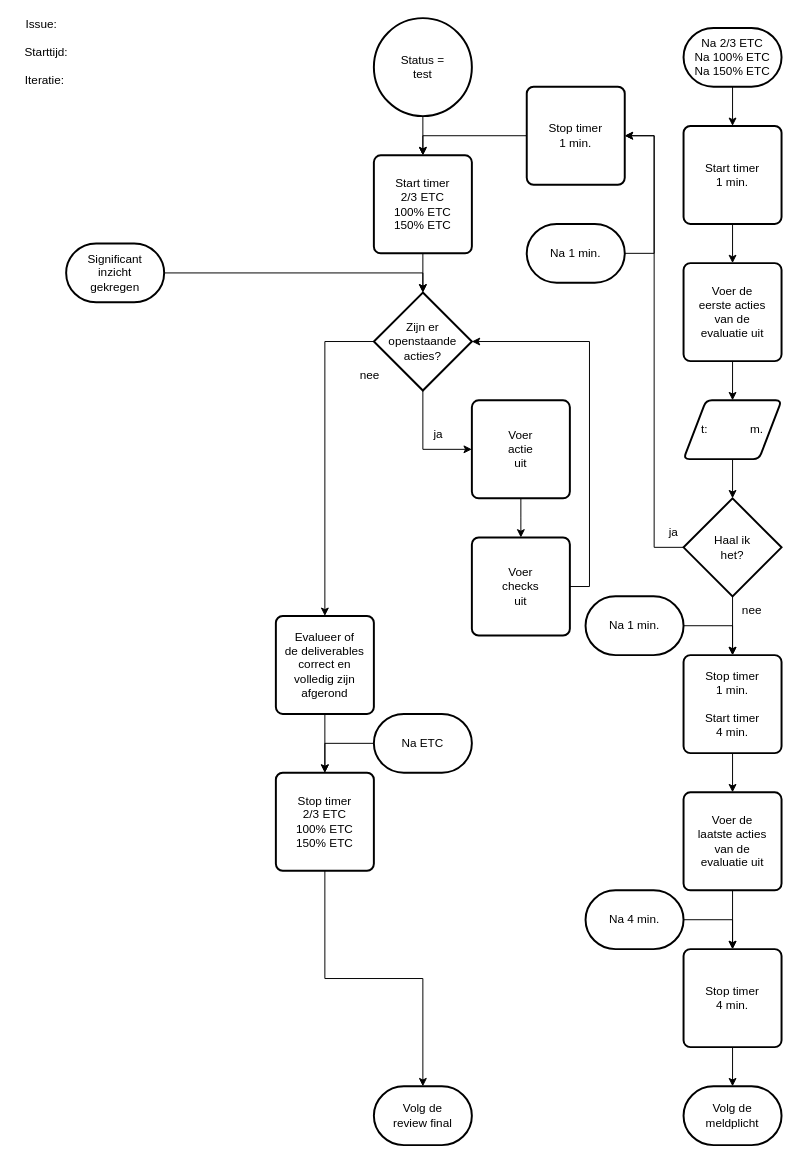
This is 8 Issue Tracker test.drawio from Zaibatsu89/IssueTracker, a draw.io file, before an edit. Source tidied: cells renumbered, new cells numbered last; positions are measured from the earlier drawing's top-left corner, leaving out a move shared by most shapes. Both pictures are drawn from the tidied source at 98%, with x=0, y=0 at pixel (17, 18).
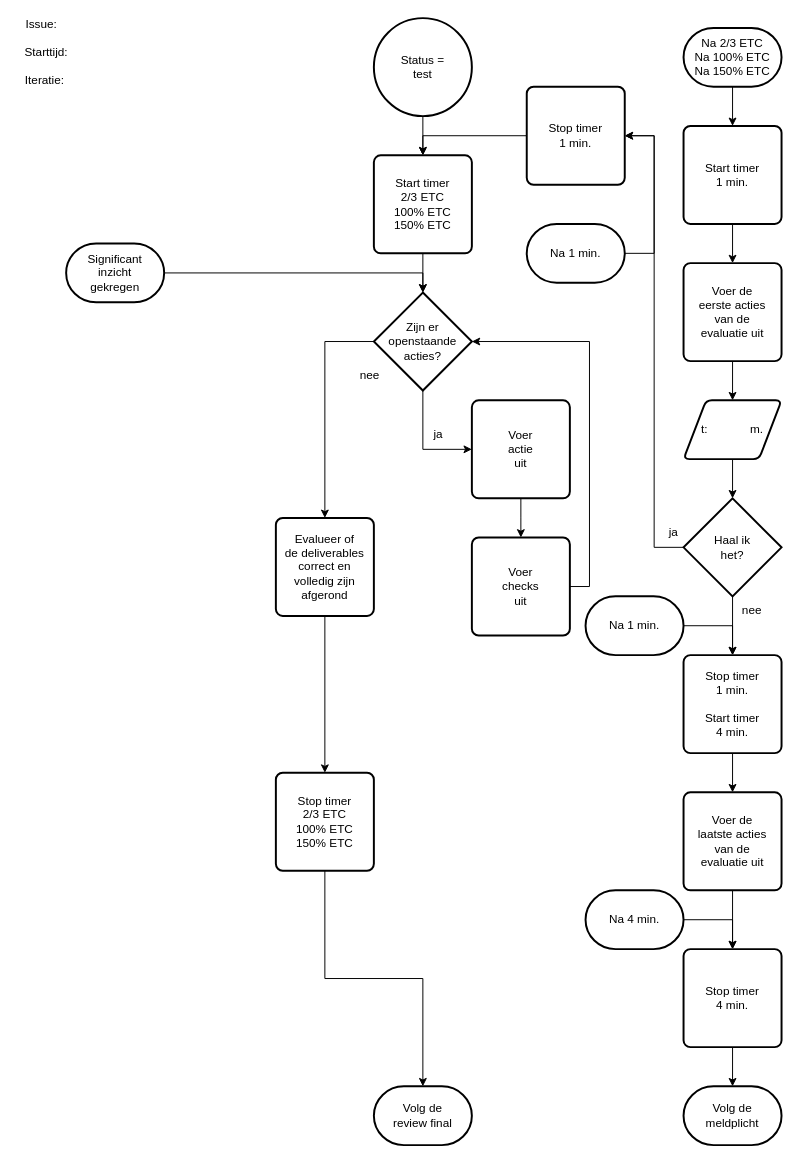
Above is the later version.

The change refers to these unchanged cells:
```xml
<mxCell id="43" value="Stop timer&lt;br&gt;&lt;div&gt;2/3 ETC&lt;br&gt;100% ETC&lt;br&gt;150% ETC&lt;/div&gt;" style="rounded=1;whiteSpace=wrap;html=1;absoluteArcSize=1;arcSize=14;strokeWidth=2;" parent="1" vertex="1">
  <mxGeometry x="264" y="770" width="100" height="100" as="geometry" />
</mxCell>
```

Diff of the diagram source:
```diff
@@
     <mxCell id="6" value="Evalueer of&lt;br&gt;de deliverables&lt;br&gt;correct en&lt;br&gt;volledig zijn&lt;br&gt;afgerond" style="rounded=1;whiteSpace=wrap;html=1;absoluteArcSize=1;arcSize=14;strokeWidth=2;" parent="1" vertex="1">
-      <mxGeometry x="264" y="610" width="100" height="100" as="geometry" />
+      <mxGeometry x="264" y="510" width="100" height="100" as="geometry" />
     </mxCell>
@@
-    <mxCell id="48" style="edgeStyle=orthogonalEdgeStyle;rounded=0;jettySize=auto;html=1;exitX=0;exitY=0.5;exitDx=0;exitDy=0;exitPerimeter=0;entryX=0.5;entryY=0;entryDx=0;entryDy=0;" parent="1" edge="1" source="49" target="43">
-      <mxGeometry relative="1" as="geometry" />
-    </mxCell>
-    <mxCell id="49" value="Na ETC" style="strokeWidth=2;html=1;shape=mxgraph.flowchart.terminator;whiteSpace=wrap;" parent="1" vertex="1">
-      <mxGeometry x="364" y="710" width="100" height="60" as="geometry" />
-    </mxCell>
```
